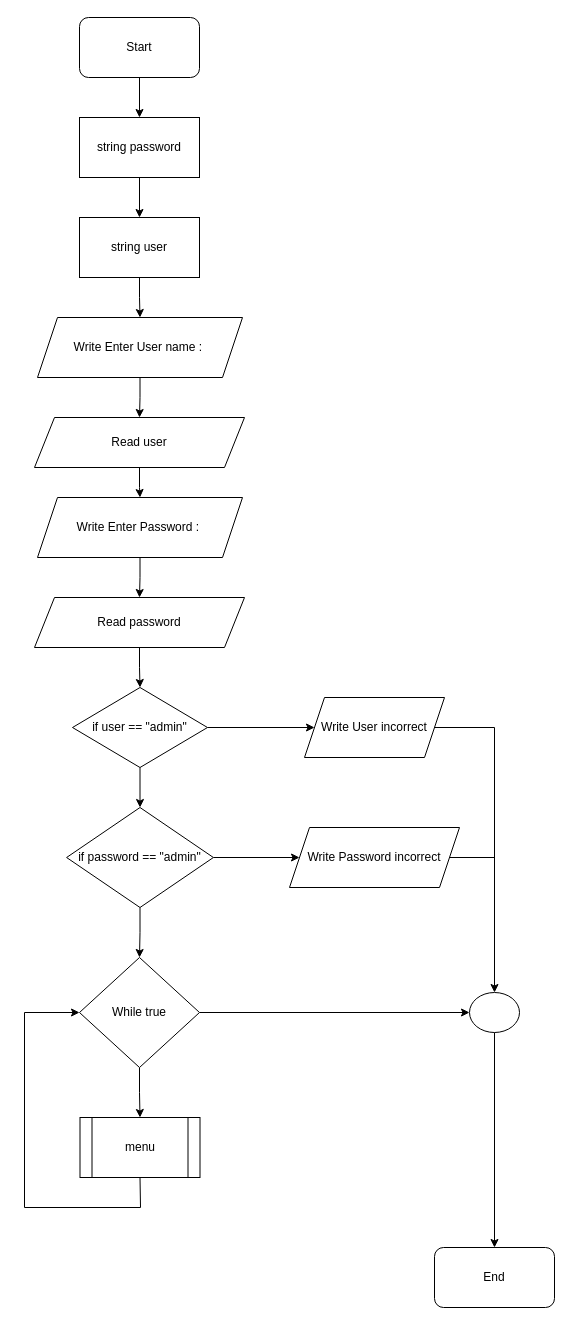
Above: page "Main" (1 of 7) of PawnShop_Flowchart.drawio in Jobzakung/Project_C- (draw.io), before the change. Source tidied: cells renumbered, new cells numbered last; positions are measured from the earlier drawing's top-left corner, leaving out a move shared by most shapes. Both pictures are drawn from the tidied source at 100%, with x=0, y=0 at pixel (24, 17).
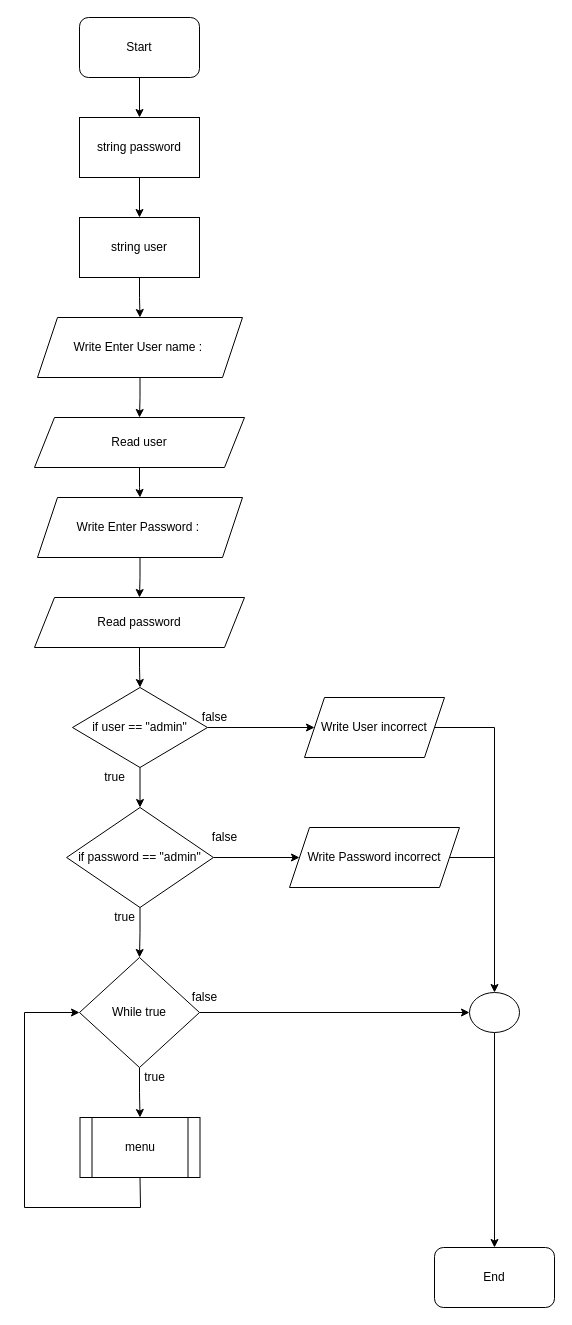
After the change.

Commit message (it also covers changes not shown here):
add true/false

What changed in the source:
```diff
@@
+    <mxCell id="34" value="false" style="text;html=1;align=center;verticalAlign=middle;strokeColor=none;fillColor=none;" parent="1" vertex="1">
+      <mxGeometry x="170" y="690" width="40" height="20" as="geometry" />
+    </mxCell>
+    <mxCell id="35" value="true" style="text;html=1;align=center;verticalAlign=middle;strokeColor=none;fillColor=none;" parent="1" vertex="1">
+      <mxGeometry x="70" y="750" width="40" height="20" as="geometry" />
+    </mxCell>
+    <mxCell id="36" value="false" style="text;html=1;align=center;verticalAlign=middle;strokeColor=none;fillColor=none;" parent="1" vertex="1">
+      <mxGeometry x="180" y="810" width="40" height="20" as="geometry" />
+    </mxCell>
+    <mxCell id="37" value="true" style="text;html=1;align=center;verticalAlign=middle;strokeColor=none;fillColor=none;" parent="1" vertex="1">
+      <mxGeometry x="80" y="890" width="40" height="20" as="geometry" />
+    </mxCell>
+    <mxCell id="38" value="true" style="text;html=1;align=center;verticalAlign=middle;strokeColor=none;fillColor=none;" parent="1" vertex="1">
+      <mxGeometry x="110" y="1050" width="40" height="20" as="geometry" />
+    </mxCell>
+    <mxCell id="39" value="false" style="text;html=1;align=center;verticalAlign=middle;strokeColor=none;fillColor=none;" parent="1" vertex="1">
+      <mxGeometry x="160" y="970" width="40" height="20" as="geometry" />
+    </mxCell>
```
